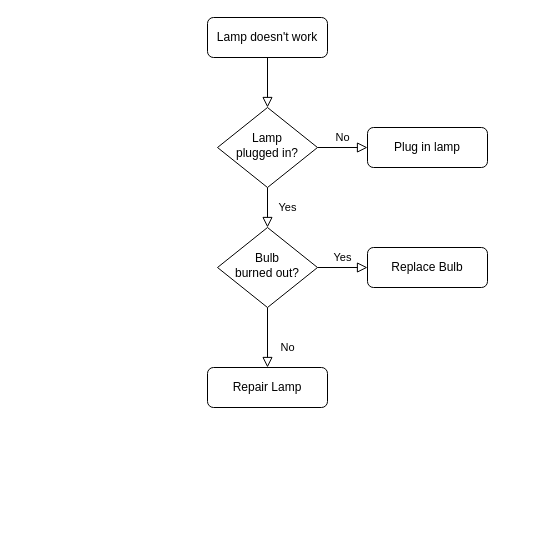
Earlier version of the draw.io diagram Untitled Diagram.drawio (BJohnson-Focused/Turtle-Race). Source tidied: cells renumbered, new cells numbered last; positions are measured from the earlier drawing's top-left corner, leaving out a move shared by most shapes. Both pictures are drawn from the tidied source at 100%, with x=0, y=0 at pixel (207, 17).
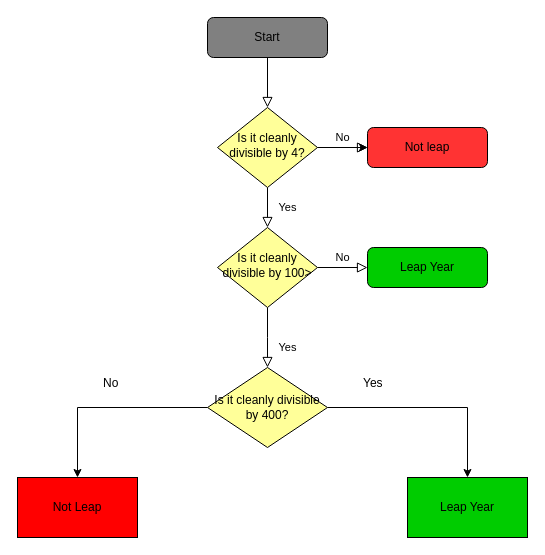
The same page after the edit.

Diff of the diagram source:
```diff
@@
-    <mxCell id="3" value="Lamp doesn't work" style="rounded=1;whiteSpace=wrap;html=1;fontSize=12;glass=0;strokeWidth=1;shadow=0;" parent="1" vertex="1">
+    <mxCell id="3" value="Start" style="rounded=1;whiteSpace=wrap;html=1;fontSize=12;glass=0;strokeWidth=1;shadow=0;fillColor=#808080;" parent="1" vertex="1">
       <mxGeometry width="120" height="40" as="geometry" />
     </mxCell>
@@
+    <mxCell id="13" style="edgeStyle=orthogonalEdgeStyle;rounded=0;jettySize=auto;html=1;" parent="1" edge="1" source="6" target="7">
+      <mxGeometry relative="1" as="geometry" />
+    </mxCell>
-    <mxCell id="6" value="Lamp&lt;br&gt;plugged in?" style="rhombus;whiteSpace=wrap;html=1;shadow=0;fontFamily=Helvetica;fontSize=12;align=center;strokeWidth=1;spacing=6;spacingTop=-4;" parent="1" vertex="1">
+    <mxCell id="6" value="Is it cleanly divisible by 4?" style="rhombus;whiteSpace=wrap;html=1;shadow=0;fontFamily=Helvetica;fontSize=12;align=center;strokeWidth=1;spacing=6;spacingTop=-4;fillColor=#FFFF99;" parent="1" vertex="1">
       <mxGeometry x="10" y="90" width="100" height="80" as="geometry" />
     </mxCell>
-    <mxCell id="7" value="Plug in lamp" style="rounded=1;whiteSpace=wrap;html=1;fontSize=12;glass=0;strokeWidth=1;shadow=0;" parent="1" vertex="1">
+    <mxCell id="7" value="Not leap" style="rounded=1;whiteSpace=wrap;html=1;fontSize=12;glass=0;strokeWidth=1;shadow=0;fillColor=#FF3333;" parent="1" vertex="1">
       <mxGeometry x="160" y="110" width="120" height="40" as="geometry" />
     </mxCell>
-    <mxCell id="8" value="No" style="rounded=0;html=1;jettySize=auto;fontSize=11;endArrow=block;endFill=0;endSize=8;strokeWidth=1;shadow=0;labelBackgroundColor=none;edgeStyle=orthogonalEdgeStyle;" parent="1" edge="1" source="10" target="11">
-      <mxGeometry x="0.33" y="20" relative="1" as="geometry" />
+    <mxCell id="8" value="Yes" style="rounded=0;html=1;jettySize=auto;fontSize=11;endArrow=block;endFill=0;endSize=8;strokeWidth=1;shadow=0;labelBackgroundColor=none;edgeStyle=orthogonalEdgeStyle;" parent="1" edge="1" source="10">
+      <mxGeometry x="0.33" y="20" relative="1" as="geometry">
+        <mxPoint x="60" y="350" as="targetPoint" />
+      </mxGeometry>
     </mxCell>
-    <mxCell id="9" value="Yes" style="edgeStyle=orthogonalEdgeStyle;rounded=0;html=1;jettySize=auto;fontSize=11;endArrow=block;endFill=0;endSize=8;strokeWidth=1;shadow=0;labelBackgroundColor=none;" parent="1" edge="1" source="10" target="12">
+    <mxCell id="9" value="No" style="edgeStyle=orthogonalEdgeStyle;rounded=0;html=1;jettySize=auto;fontSize=11;endArrow=block;endFill=0;endSize=8;strokeWidth=1;shadow=0;labelBackgroundColor=none;" parent="1" edge="1" source="10" target="12">
       <mxGeometry y="10" relative="1" as="geometry" />
     </mxCell>
-    <mxCell id="10" value="Bulb&lt;br&gt;burned out?" style="rhombus;whiteSpace=wrap;html=1;shadow=0;fontFamily=Helvetica;fontSize=12;align=center;strokeWidth=1;spacing=6;spacingTop=-4;" parent="1" vertex="1">
+    <mxCell id="10" value="Is it cleanly divisible by 100&amp;gt;" style="rhombus;whiteSpace=wrap;html=1;shadow=0;fontFamily=Helvetica;fontSize=12;align=center;strokeWidth=1;spacing=6;spacingTop=-4;fillColor=#FFFF99;" parent="1" vertex="1">
       <mxGeometry x="10" y="210" width="100" height="80" as="geometry" />
     </mxCell>
-    <mxCell id="11" value="Repair Lamp" style="rounded=1;whiteSpace=wrap;html=1;fontSize=12;glass=0;strokeWidth=1;shadow=0;" parent="1" vertex="1">
-      <mxGeometry y="350" width="120" height="40" as="geometry" />
-    </mxCell>
-    <mxCell id="12" value="Replace Bulb" style="rounded=1;whiteSpace=wrap;html=1;fontSize=12;glass=0;strokeWidth=1;shadow=0;" parent="1" vertex="1">
+    <mxCell id="12" value="Leap Year" style="rounded=1;whiteSpace=wrap;html=1;fontSize=12;glass=0;strokeWidth=1;shadow=0;fillColor=#00CC00;" parent="1" vertex="1">
       <mxGeometry x="160" y="230" width="120" height="40" as="geometry" />
     </mxCell>
+    <mxCell id="14" style="edgeStyle=orthogonalEdgeStyle;rounded=0;jettySize=auto;html=1;" parent="1" edge="1" source="16" target="17">
+      <mxGeometry relative="1" as="geometry" />
+    </mxCell>
+    <mxCell id="15" style="edgeStyle=orthogonalEdgeStyle;rounded=0;jettySize=auto;html=1;exitX=1;exitY=0.5;exitDx=0;exitDy=0;" parent="1" edge="1" source="16" target="19">
+      <mxGeometry relative="1" as="geometry" />
+    </mxCell>
+    <mxCell id="16" value="Is it cleanly divisible by 400?" style="rhombus;whiteSpace=wrap;html=1;fillColor=#FFFF99;" parent="1" vertex="1">
+      <mxGeometry y="350" width="120" height="80" as="geometry" />
+    </mxCell>
+    <mxCell id="17" value="Not Leap" style="whiteSpace=wrap;html=1;fillColor=#FF0000;" parent="1" vertex="1">
+      <mxGeometry x="-190" y="460" width="120" height="60" as="geometry" />
+    </mxCell>
+    <mxCell id="18" value="No" style="text;strokeColor=none;fillColor=none;align=left;verticalAlign=middle;spacingLeft=4;spacingRight=4;overflow=hidden;" parent="1" vertex="1">
+      <mxGeometry x="-110" y="350" width="80" height="30" as="geometry" />
+    </mxCell>
+    <mxCell id="19" value="Leap Year" style="rounded=0;whiteSpace=wrap;html=1;fillColor=#00CC00;" parent="1" vertex="1">
+      <mxGeometry x="200" y="460" width="120" height="60" as="geometry" />
+    </mxCell>
+    <mxCell id="20" value="Yes" style="text;strokeColor=none;fillColor=none;align=left;verticalAlign=middle;spacingLeft=4;spacingRight=4;overflow=hidden;" parent="1" vertex="1">
+      <mxGeometry x="150" y="350" width="80" height="30" as="geometry" />
+    </mxCell>
```
